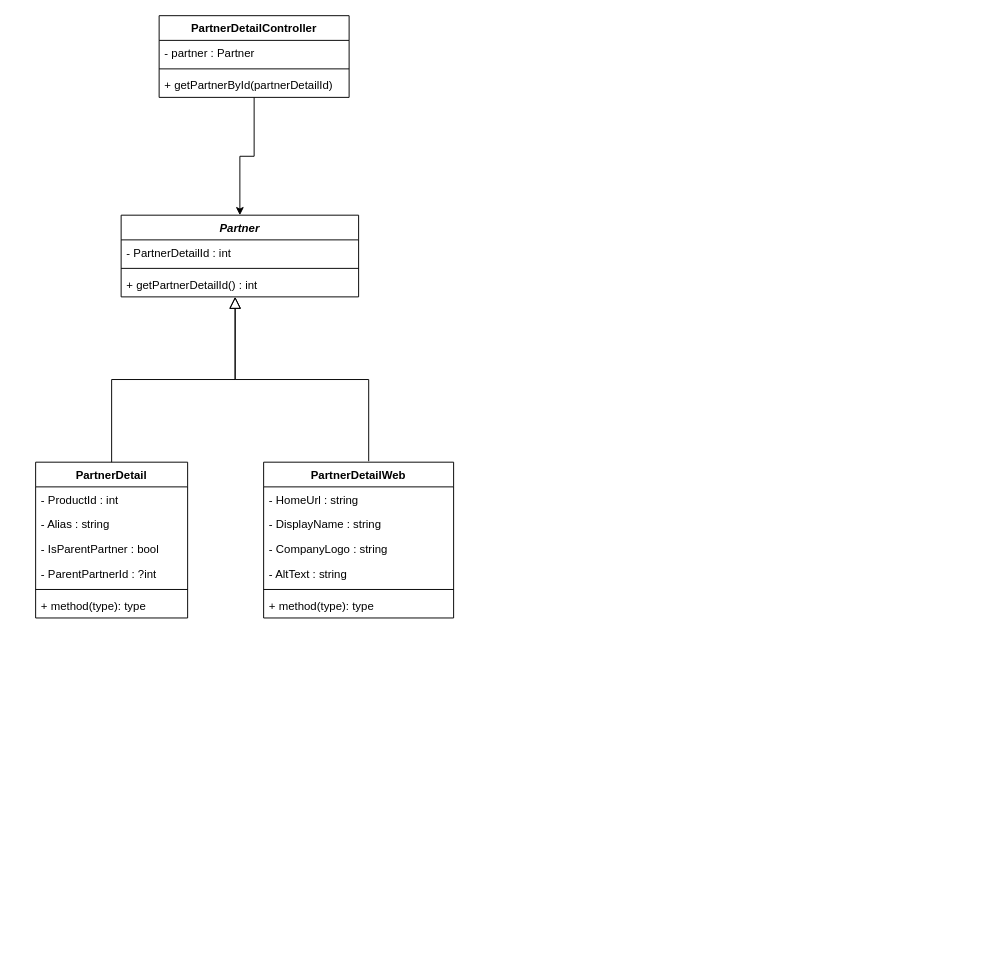
This is ClassDiagramForDisplayRules.drawio from learningCurve89/WorkBasedPortfolios, a draw.io file, before an edit. Source tidied: cells renumbered, new cells numbered last; positions are measured from the earlier drawing's top-left corner, leaving out a move shared by most shapes. Both pictures are drawn from the tidied source at 95%, with x=0, y=0 at pixel (35, 15).
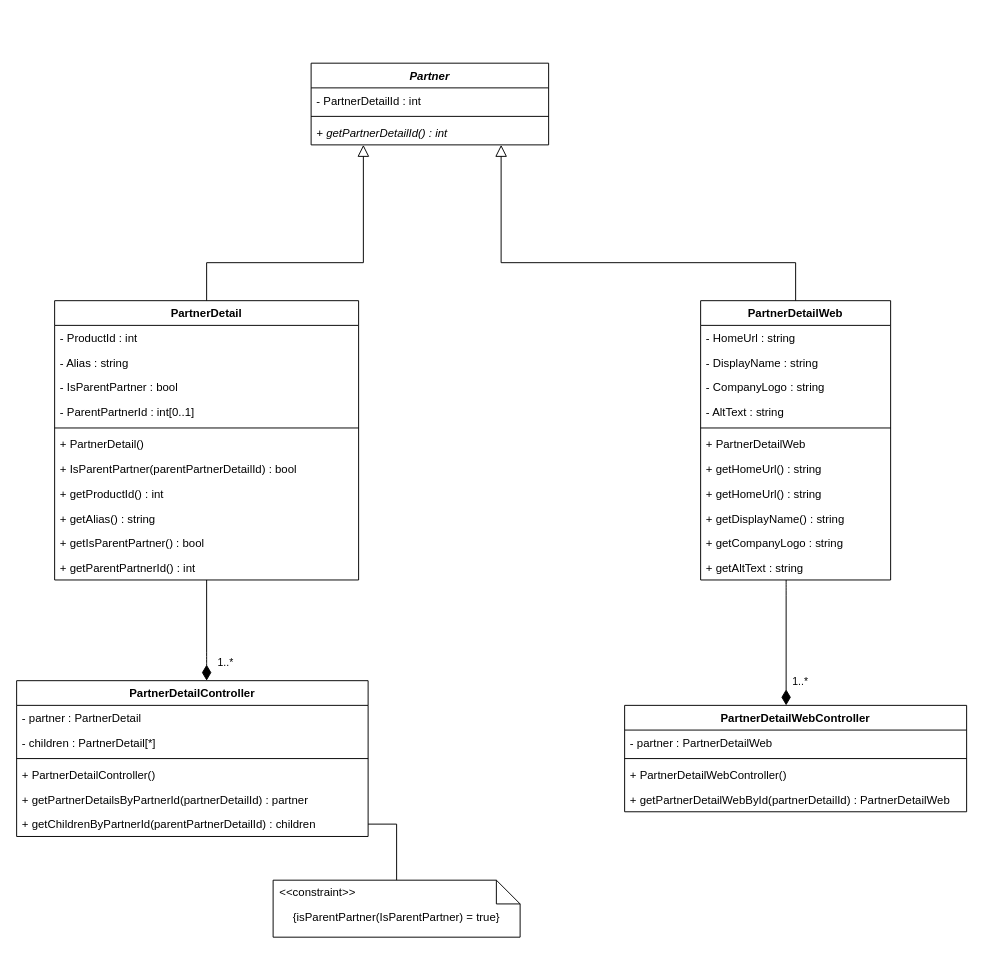
The same diagram, later.

The edit, as a diff of the source:
```diff
@@
     <mxCell id="2" value="PartnerDetail" style="swimlane;fontStyle=1;align=center;verticalAlign=top;horizontal=1;startSize=26;" parent="1" vertex="1">
-      <mxGeometry y="470" width="160" height="164" as="geometry" />
+      <mxGeometry x="20" y="300" width="320" height="294" as="geometry" />
     </mxCell>
     <mxCell id="3" value="- ProductId : int" style="text;strokeColor=none;fillColor=none;align=left;verticalAlign=top;spacingLeft=4;spacingRight=4;overflow=hidden;" parent="2" vertex="1">
-      <mxGeometry y="26" width="160" height="26" as="geometry" />
+      <mxGeometry y="26" width="320" height="26" as="geometry" />
     </mxCell>
     <mxCell id="4" value="- Alias : string" style="text;strokeColor=none;fillColor=none;align=left;verticalAlign=top;spacingLeft=4;spacingRight=4;overflow=hidden;" parent="2" vertex="1">
-      <mxGeometry y="52" width="160" height="26" as="geometry" />
+      <mxGeometry y="52" width="320" height="26" as="geometry" />
     </mxCell>
     <mxCell id="5" value="- IsParentPartner : bool" style="text;strokeColor=none;fillColor=none;align=left;verticalAlign=top;spacingLeft=4;spacingRight=4;overflow=hidden;" parent="2" vertex="1">
-      <mxGeometry y="78" width="160" height="26" as="geometry" />
+      <mxGeometry y="78" width="320" height="26" as="geometry" />
     </mxCell>
-    <mxCell id="6" value="- ParentPartnerId : ?int" style="text;strokeColor=none;fillColor=none;align=left;verticalAlign=top;spacingLeft=4;spacingRight=4;overflow=hidden;" parent="2" vertex="1">
-      <mxGeometry y="104" width="160" height="26" as="geometry" />
+    <mxCell id="6" value="- ParentPartnerId : int[0..1]" style="text;strokeColor=none;fillColor=none;align=left;verticalAlign=top;spacingLeft=4;spacingRight=4;overflow=hidden;" parent="2" vertex="1">
+      <mxGeometry y="104" width="320" height="26" as="geometry" />
     </mxCell>
     <mxCell id="7" style="line;strokeWidth=1;fillColor=none;align=left;verticalAlign=middle;spacingTop=-1;spacingLeft=3;spacingRight=3;labelPosition=right;" parent="2" vertex="1">
-      <mxGeometry y="130" width="160" height="8" as="geometry" />
+      <mxGeometry y="130" width="320" height="8" as="geometry" />
     </mxCell>
-    <mxCell id="8" value="+ method(type): type" style="text;strokeColor=none;fillColor=none;align=left;verticalAlign=top;spacingLeft=4;spacingRight=4;overflow=hidden;" parent="2" vertex="1">
-      <mxGeometry y="138" width="160" height="26" as="geometry" />
-    </mxCell>
-    <mxCell id="9" style="edgeStyle=orthogonalEdgeStyle;rounded=0;jettySize=auto;html=1;entryX=0.5;entryY=0;entryDx=0;entryDy=0;" parent="1" edge="1" source="10" target="21">
-      <mxGeometry relative="1" as="geometry" />
-    </mxCell>
+    <mxCell id="27" value="+ PartnerDetail()" style="text;strokeColor=none;fillColor=none;align=left;verticalAlign=top;spacingLeft=4;spacingRight=4;overflow=hidden;" parent="2" vertex="1">
+      <mxGeometry y="138" width="320" height="26" as="geometry" />
+    </mxCell>
+    <mxCell id="28" value="+ IsParentPartner(parentPartnerDetailId) : bool" style="text;strokeColor=none;fillColor=none;align=left;verticalAlign=top;spacingLeft=4;spacingRight=4;overflow=hidden;" parent="2" vertex="1">
+      <mxGeometry y="164" width="320" height="26" as="geometry" />
+    </mxCell>
+    <mxCell id="29" value="+ getProductId() : int" style="text;strokeColor=none;fillColor=none;align=left;verticalAlign=top;spacingLeft=4;spacingRight=4;overflow=hidden;" parent="2" vertex="1">
+      <mxGeometry y="190" width="320" height="26" as="geometry" />
+    </mxCell>
+    <mxCell id="30" value="+ getAlias() : string" style="text;strokeColor=none;fillColor=none;align=left;verticalAlign=top;spacingLeft=4;spacingRight=4;overflow=hidden;" parent="2" vertex="1">
+      <mxGeometry y="216" width="320" height="26" as="geometry" />
+    </mxCell>
+    <mxCell id="31" value="+ getIsParentPartner() : bool" style="text;strokeColor=none;fillColor=none;align=left;verticalAlign=top;spacingLeft=4;spacingRight=4;overflow=hidden;" parent="2" vertex="1">
+      <mxGeometry y="242" width="320" height="26" as="geometry" />
+    </mxCell>
+    <mxCell id="32" value="+ getParentPartnerId() : int" style="text;strokeColor=none;fillColor=none;align=left;verticalAlign=top;spacingLeft=4;spacingRight=4;overflow=hidden;" parent="2" vertex="1">
+      <mxGeometry y="268" width="320" height="26" as="geometry" />
+    </mxCell>
-    <mxCell id="10" value="PartnerDetailController" style="swimlane;fontStyle=1;align=center;verticalAlign=top;horizontal=1;startSize=26;" parent="1" vertex="1">
-      <mxGeometry x="130" width="200" height="86" as="geometry" />
+    <mxCell id="10" value="PartnerDetailWebController" style="swimlane;fontStyle=1;align=center;verticalAlign=top;horizontal=1;startSize=26;" parent="1" vertex="1">
+      <mxGeometry x="620" y="726" width="360" height="112" as="geometry" />
     </mxCell>
-    <mxCell id="11" value="- partner : Partner" style="text;strokeColor=none;fillColor=none;align=left;verticalAlign=top;spacingLeft=4;spacingRight=4;overflow=hidden;" parent="10" vertex="1">
-      <mxGeometry y="26" width="200" height="26" as="geometry" />
+    <mxCell id="11" value="- partner : PartnerDetailWeb" style="text;strokeColor=none;fillColor=none;align=left;verticalAlign=top;spacingLeft=4;spacingRight=4;overflow=hidden;" parent="10" vertex="1">
+      <mxGeometry y="26" width="360" height="26" as="geometry" />
     </mxCell>
     <mxCell id="12" style="line;strokeWidth=1;fillColor=none;align=left;verticalAlign=middle;spacingTop=-1;spacingLeft=3;spacingRight=3;labelPosition=right;" parent="10" vertex="1">
-      <mxGeometry y="52" width="200" height="8" as="geometry" />
+      <mxGeometry y="52" width="360" height="8" as="geometry" />
     </mxCell>
+    <mxCell id="33" value="+ PartnerDetailWebController()" style="text;strokeColor=none;fillColor=none;align=left;verticalAlign=top;spacingLeft=4;spacingRight=4;overflow=hidden;" parent="10" vertex="1">
+      <mxGeometry y="60" width="360" height="26" as="geometry" />
+    </mxCell>
-    <mxCell id="13" value="+ getPartnerById(partnerDetailId)" style="text;strokeColor=none;fillColor=none;align=left;verticalAlign=top;spacingLeft=4;spacingRight=4;overflow=hidden;" parent="10" vertex="1">
-      <mxGeometry y="60" width="200" height="26" as="geometry" />
+    <mxCell id="13" value="+ getPartnerDetailWebById(partnerDetailId) : PartnerDetailWeb" style="text;strokeColor=none;fillColor=none;align=left;verticalAlign=top;spacingLeft=4;spacingRight=4;overflow=hidden;" parent="10" vertex="1">
+      <mxGeometry y="86" width="360" height="26" as="geometry" />
     </mxCell>
     <mxCell id="14" value="PartnerDetailWeb" style="swimlane;fontStyle=1;align=center;verticalAlign=top;horizontal=1;startSize=26;" parent="1" vertex="1">
-      <mxGeometry x="240" y="470" width="200" height="164" as="geometry" />
+      <mxGeometry x="700" y="300" width="200" height="294" as="geometry" />
     </mxCell>
@@
+    <mxCell id="34" value="+ PartnerDetailWeb" style="text;strokeColor=none;fillColor=none;align=left;verticalAlign=top;spacingLeft=4;spacingRight=4;overflow=hidden;" parent="14" vertex="1">
+      <mxGeometry y="138" width="200" height="26" as="geometry" />
+    </mxCell>
+    <mxCell id="35" value="+ getHomeUrl() : string" style="text;strokeColor=none;fillColor=none;align=left;verticalAlign=top;spacingLeft=4;spacingRight=4;overflow=hidden;" parent="14" vertex="1">
+      <mxGeometry y="164" width="200" height="26" as="geometry" />
+    </mxCell>
-    <mxCell id="20" value="+ method(type): type" style="text;strokeColor=none;fillColor=none;align=left;verticalAlign=top;spacingLeft=4;spacingRight=4;overflow=hidden;" parent="14" vertex="1">
-      <mxGeometry y="138" width="200" height="26" as="geometry" />
+    <mxCell id="20" value="+ getHomeUrl() : string" style="text;strokeColor=none;fillColor=none;align=left;verticalAlign=top;spacingLeft=4;spacingRight=4;overflow=hidden;" parent="14" vertex="1">
+      <mxGeometry y="190" width="200" height="26" as="geometry" />
     </mxCell>
+    <mxCell id="36" value="+ getDisplayName() : string" style="text;strokeColor=none;fillColor=none;align=left;verticalAlign=top;spacingLeft=4;spacingRight=4;overflow=hidden;" parent="14" vertex="1">
+      <mxGeometry y="216" width="200" height="26" as="geometry" />
+    </mxCell>
+    <mxCell id="37" value="+ getCompanyLogo : string" style="text;strokeColor=none;fillColor=none;align=left;verticalAlign=top;spacingLeft=4;spacingRight=4;overflow=hidden;" parent="14" vertex="1">
+      <mxGeometry y="242" width="200" height="26" as="geometry" />
+    </mxCell>
+    <mxCell id="38" value="+ getAltText : string" style="text;strokeColor=none;fillColor=none;align=left;verticalAlign=top;spacingLeft=4;spacingRight=4;overflow=hidden;" parent="14" vertex="1">
+      <mxGeometry y="268" width="200" height="26" as="geometry" />
+    </mxCell>
     <mxCell id="21" value="Partner" style="swimlane;fontStyle=3;align=center;verticalAlign=top;horizontal=1;startSize=26;" parent="1" vertex="1">
-      <mxGeometry x="90" y="210" width="250" height="86" as="geometry" />
+      <mxGeometry x="290" y="50" width="250" height="86" as="geometry" />
     </mxCell>
@@
-    <mxCell id="24" value="+ getPartnerDetailId() : int" style="text;strokeColor=none;fillColor=none;align=left;verticalAlign=top;spacingLeft=4;spacingRight=4;overflow=hidden;" parent="21" vertex="1">
+    <mxCell id="24" value="+ getPartnerDetailId() : int" style="text;strokeColor=none;fillColor=none;align=left;verticalAlign=top;spacingLeft=4;spacingRight=4;overflow=hidden;fontStyle=2;" parent="21" vertex="1">
       <mxGeometry y="60" width="250" height="26" as="geometry" />
     </mxCell>
-    <mxCell id="25" style="endArrow=block;endSize=10;endFill=0;shadow=0;strokeWidth=1;rounded=0;edgeStyle=elbowEdgeStyle;elbow=vertical;exitX=0.5;exitY=0;exitDx=0;exitDy=0;" parent="1" edge="1" source="2">
+    <mxCell id="25" style="endArrow=block;endSize=10;endFill=0;shadow=0;strokeWidth=1;rounded=0;edgeStyle=elbowEdgeStyle;elbow=vertical;" parent="1" edge="1" source="2" target="21">
       <mxGeometry relative="1" as="geometry">
-        <mxPoint x="210" y="296" as="targetPoint" />
+        <Array as="points">
+          <mxPoint x="345" y="260" />
+        </Array>
       </mxGeometry>
     </mxCell>
-    <mxCell id="26" style="endArrow=block;endSize=10;endFill=0;shadow=0;strokeWidth=1;rounded=0;edgeStyle=elbowEdgeStyle;elbow=vertical;exitX=0.553;exitY=-0.006;exitDx=0;exitDy=0;exitPerimeter=0;" parent="1" edge="1" source="14">
+    <mxCell id="26" style="endArrow=block;endSize=10;endFill=0;shadow=0;strokeWidth=1;rounded=0;edgeStyle=elbowEdgeStyle;elbow=vertical;" parent="1" edge="1" source="14" target="21">
       <mxGeometry relative="1" as="geometry">
-        <mxPoint x="210" y="296" as="targetPoint" />
+        <Array as="points">
+          <mxPoint x="490" y="260" />
+          <mxPoint x="500" y="620" />
+        </Array>
       </mxGeometry>
     </mxCell>
+    <mxCell id="39" value="1..*" style="endArrow=none;html=1;endSize=12;startArrow=diamondThin;startSize=14;startFill=1;edgeStyle=orthogonalEdgeStyle;align=left;verticalAlign=bottom;endFill=0;" parent="1" edge="1" source="10" target="14">
+      <mxGeometry x="0.91" y="-110" relative="1" as="geometry">
+        <Array as="points">
+          <mxPoint x="790" y="600" />
+          <mxPoint x="790" y="600" />
+        </Array>
+        <mxPoint x="-105" y="110" as="offset" />
+      </mxGeometry>
+    </mxCell>
+    <mxCell id="40" value="PartnerDetailController" style="swimlane;fontStyle=1;align=center;verticalAlign=top;horizontal=1;startSize=26;" parent="1" vertex="1">
+      <mxGeometry x="-20" y="700" width="370" height="164" as="geometry" />
+    </mxCell>
+    <mxCell id="41" value="- partner : PartnerDetail" style="text;strokeColor=none;fillColor=none;align=left;verticalAlign=top;spacingLeft=4;spacingRight=4;overflow=hidden;" parent="40" vertex="1">
+      <mxGeometry y="26" width="370" height="26" as="geometry" />
+    </mxCell>
+    <mxCell id="42" value="- children : PartnerDetail[*]" style="text;strokeColor=none;fillColor=none;align=left;verticalAlign=top;spacingLeft=4;spacingRight=4;overflow=hidden;" parent="40" vertex="1">
+      <mxGeometry y="52" width="370" height="26" as="geometry" />
+    </mxCell>
+    <mxCell id="43" style="line;strokeWidth=1;fillColor=none;align=left;verticalAlign=middle;spacingTop=-1;spacingLeft=3;spacingRight=3;labelPosition=right;" parent="40" vertex="1">
+      <mxGeometry y="78" width="370" height="8" as="geometry" />
+    </mxCell>
+    <mxCell id="44" value="+ PartnerDetailController()" style="text;strokeColor=none;fillColor=none;align=left;verticalAlign=top;spacingLeft=4;spacingRight=4;overflow=hidden;" parent="40" vertex="1">
+      <mxGeometry y="86" width="370" height="26" as="geometry" />
+    </mxCell>
+    <mxCell id="45" value="+ getPartnerDetailsByPartnerId(partnerDetailId) : partner" style="text;strokeColor=none;fillColor=none;align=left;verticalAlign=top;spacingLeft=4;spacingRight=4;overflow=hidden;" parent="40" vertex="1">
+      <mxGeometry y="112" width="370" height="26" as="geometry" />
+    </mxCell>
+    <mxCell id="46" value="+ getChildrenByPartnerId(parentPartnerDetailId) : children" style="text;strokeColor=none;fillColor=none;align=left;verticalAlign=top;spacingLeft=4;spacingRight=4;overflow=hidden;points=[[0,0.5],[1,0.5]];portConstraint=eastwest;" parent="40" vertex="1">
+      <mxGeometry y="138" width="370" height="26" as="geometry" />
+    </mxCell>
+    <mxCell id="47" value="1..*" style="endArrow=none;html=1;endSize=12;startArrow=diamondThin;startSize=14;startFill=1;edgeStyle=orthogonalEdgeStyle;align=left;verticalAlign=bottom;endFill=0;" parent="1" edge="1" source="40" target="2">
+      <mxGeometry x="-0.62" y="-14" relative="1" as="geometry">
+        <Array as="points">
+          <mxPoint x="180" y="680" />
+          <mxPoint x="180" y="680" />
+        </Array>
+        <mxPoint x="-4" y="10" as="offset" />
+      </mxGeometry>
+    </mxCell>
+    <mxCell id="48" style="edgeStyle=orthogonalEdgeStyle;rounded=0;jettySize=auto;html=1;startArrow=none;startFill=0;endArrow=none;endFill=0;" parent="1" edge="1" source="49" target="46">
+      <mxGeometry relative="1" as="geometry" />
+    </mxCell>
+    <mxCell id="49" value="{isParentPartner(IsParentPartner) = true}" style="shape=note2;boundedLbl=1;whiteSpace=wrap;html=1;size=25;verticalAlign=top;align=center;" parent="1" vertex="1">
+      <mxGeometry x="250" y="910" width="260" height="60" as="geometry" />
+    </mxCell>
+    <mxCell id="50" value="&lt;&lt;constraint&gt;&gt;" style="strokeColor=none;fillColor=none;align=left;spacingLeft=5;" parent="49" vertex="1">
+      <mxGeometry width="260" height="25" relative="1" as="geometry" />
+    </mxCell>
```
